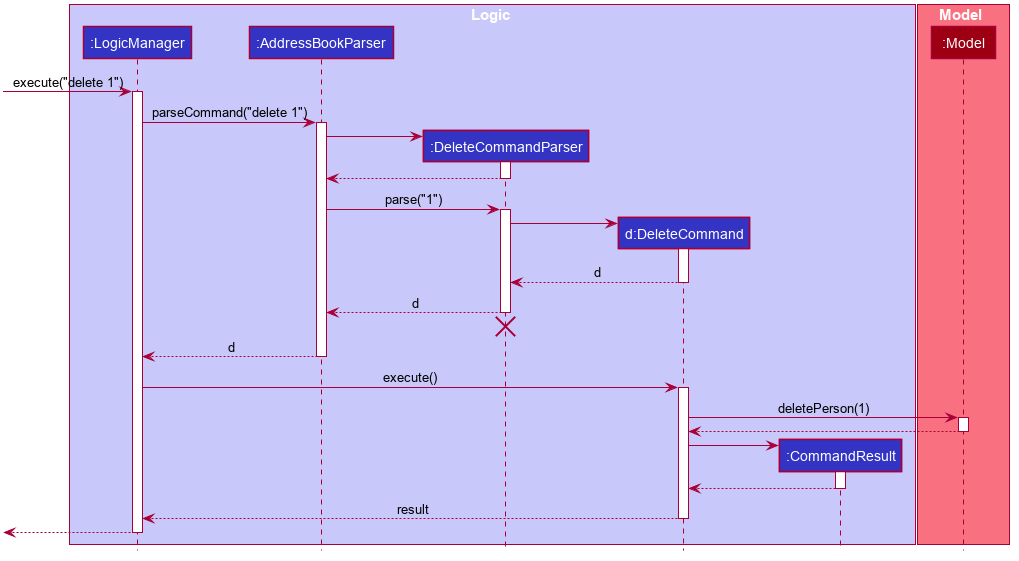
The PlantUML diagram docs/images/DeleteSequenceDiagram.png in nus-cs2103-AY1920S1/addressbook-level3, before a commit.
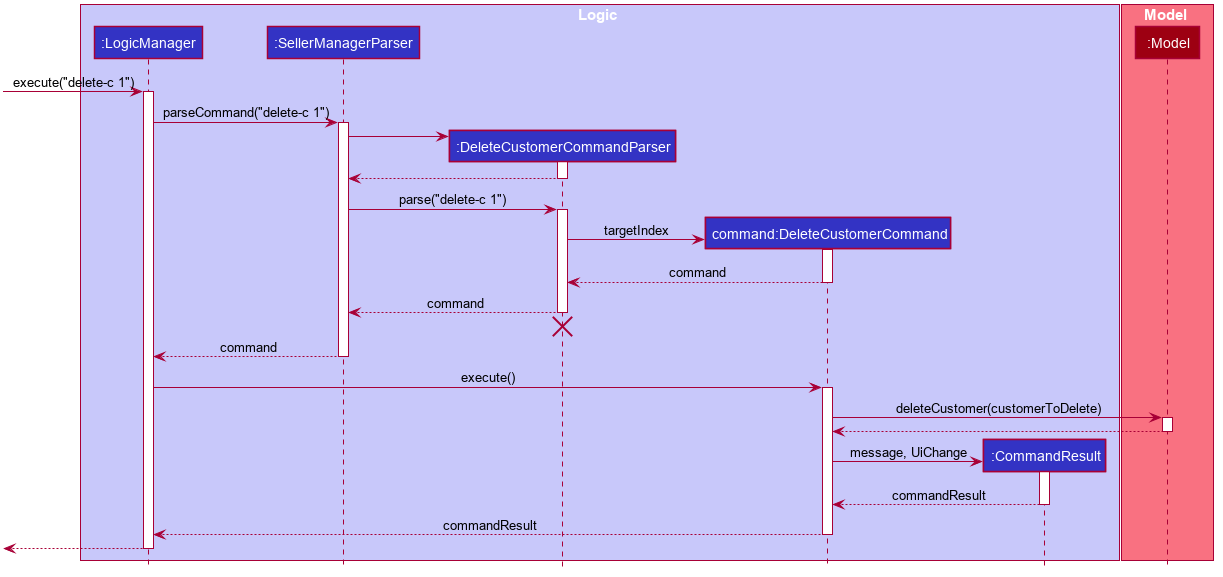
After the change.

What changed in the source:
```diff
@@ -50,9 +50,9 @@
 
 box Logic #C8C8FA
 participant ":LogicManager" as LogicManager #3333C4
-participant ":AddressBookParser" as AddressBookParser #3333C4
-participant ":DeleteCommandParser" as DeleteCommandParser #3333C4
-participant "d:DeleteCommand" as DeleteCommand #3333C4
+participant ":SellerManagerParser" as SellerManagerParser #3333C4
+participant ":DeleteCustomerCommandParser" as DeleteCustomerCommandParser #3333C4
+participant "command:DeleteCustomerCommand" as DeleteCustomerCommand #3333C4
 participant ":CommandResult" as CommandResult #3333C4
 end box
 
@@ -60,55 +60,54 @@
 participant ":Model" as Model #9D0012
 end box
 
-[-> LogicManager : execute("delete 1")
+[-> LogicManager : execute("delete-c 1")
 activate LogicManager
 
-LogicManager -> AddressBookParser : parseCommand("delete 1")
-activate AddressBookParser
+LogicManager -> SellerManagerParser : parseCommand("delete-c 1")
+activate SellerManagerParser
 
-create DeleteCommandParser
-AddressBookParser -> DeleteCommandParser
-activate DeleteCommandParser
+create DeleteCustomerCommandParser
+SellerManagerParser -> DeleteCustomerCommandParser
+activate DeleteCustomerCommandParser
 
-DeleteCommandParser --> AddressBookParser
-deactivate DeleteCommandParser
+DeleteCustomerCommandParser --> SellerManagerParser
+deactivate DeleteCustomerCommandParser
 
-AddressBookParser -> DeleteCommandParser : parse("1")
-activate DeleteCommandParser
+SellerManagerParser -> DeleteCustomerCommandParser : parse("delete-c 1")
+activate DeleteCustomerCommandParser
 
-create DeleteCommand
-DeleteCommandParser -> DeleteCommand
-activate DeleteCommand
+create DeleteCustomerCommand
+DeleteCustomerCommandParser -> DeleteCustomerCommand : targetIndex
+activate DeleteCustomerCommand
 
-DeleteCommand --> DeleteCommandParser : d
-deactivate DeleteCommand
+DeleteCustomerCommand --> DeleteCustomerCommandParser : command
+deactivate DeleteCustomerCommand
 
-DeleteCommandParser --> AddressBookParser : d
-deactivate DeleteCommandParser
-DeleteCommandParser -[hidden]-> AddressBookParser
-destroy DeleteCommandParser
+DeleteCustomerCommandParser --> SellerManagerParser : command
+deactivate DeleteCustomerCommandParser
+DeleteCustomerCommandParser -[hidden]-> SellerManagerParser
+destroy DeleteCustomerCommandParser
 
-AddressBookParser --> LogicManager : d
-deactivate AddressBookParser
+SellerManagerParser --> LogicManager : command
+deactivate SellerManagerParser
 
-LogicManager -> DeleteCommand : execute()
-activate DeleteCommand
+LogicManager -> DeleteCustomerCommand : execute()
+activate DeleteCustomerCommand
 
-DeleteCommand -> Model : deletePerson(1)
+DeleteCustomerCommand -> Model : deleteCustomer(customerToDelete)
 activate Model
-
-Model --> DeleteCommand
+Model --> DeleteCustomerCommand
 deactivate Model
 
 create CommandResult
-DeleteCommand -> CommandResult
+DeleteCustomerCommand -> CommandResult : message, UiChange
 activate CommandResult
 
-CommandResult --> DeleteCommand
+CommandResult --> DeleteCustomerCommand : commandResult
 deactivate CommandResult
 
-DeleteCommand --> LogicManager : result
-deactivate DeleteCommand
+DeleteCustomerCommand --> LogicManager : commandResult
+deactivate DeleteCustomerCommand
 
 [<--LogicManager
 deactivate LogicManager
```
